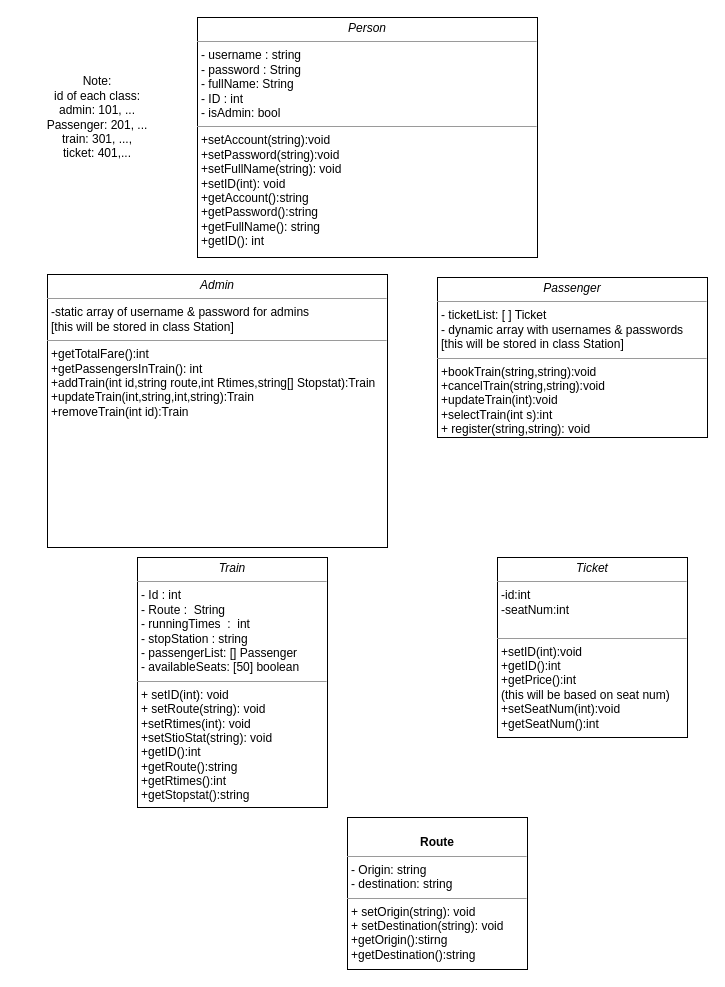
Earlier version of the draw.io diagram Diagrams/ClassesUML.drawio (OdyAsh/JavaGroupProject). Source tidied: cells renumbered, new cells numbered last; positions are measured from the earlier drawing's top-left corner, leaving out a move shared by most shapes. Both pictures are drawn from the tidied source at 100%, with x=0, y=0 at pixel (17, 17).
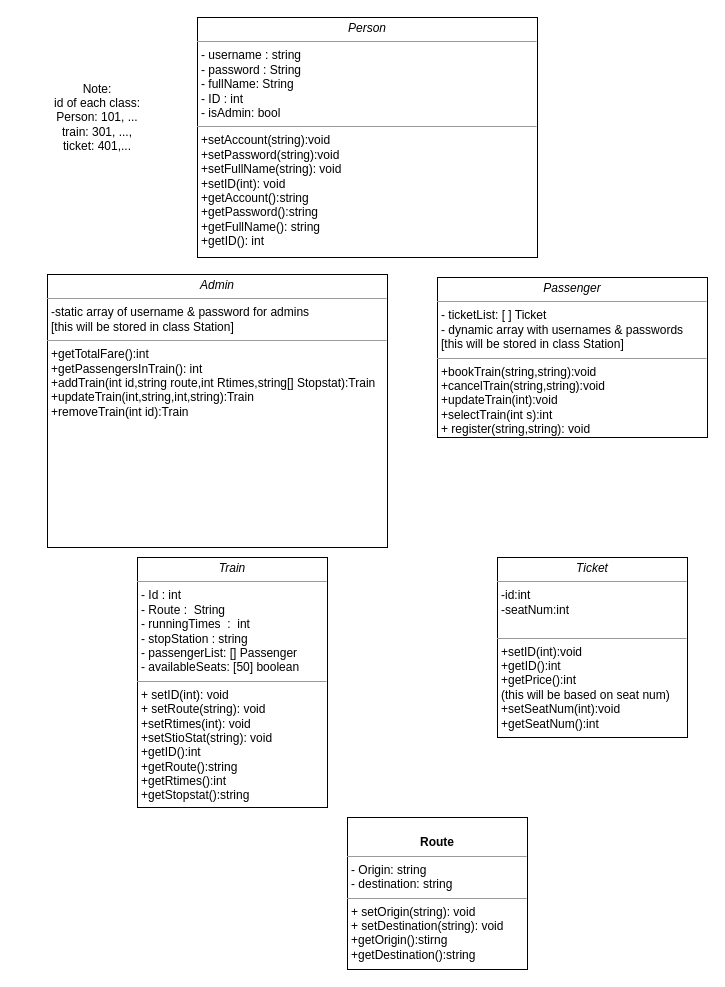
After the change.

Diff of the diagram source:
```diff
@@
 <mxGraphModel>
   <root>
     <mxCell id="0" />
     <mxCell id="1" parent="0" />
     <mxCell id="2" value="&lt;p style=&quot;margin: 0px ; margin-top: 4px ; text-align: center&quot;&gt;&lt;i&gt;Train&lt;/i&gt;&lt;/p&gt;&lt;hr size=&quot;1&quot;&gt;&lt;p style=&quot;margin: 0px ; margin-left: 4px&quot;&gt;- Id : int&lt;br&gt;- Route :&amp;nbsp; String&lt;/p&gt;&lt;p style=&quot;margin: 0px ; margin-left: 4px&quot;&gt;- runningTimes&amp;nbsp; :&amp;nbsp; int&lt;/p&gt;&lt;p style=&quot;margin: 0px ; margin-left: 4px&quot;&gt;- stopStation : string&lt;/p&gt;&lt;p style=&quot;margin: 0px ; margin-left: 4px&quot;&gt;- passengerList: [] Passenger&lt;br&gt;- availableSeats: [50] boolean&lt;/p&gt;&lt;hr size=&quot;1&quot;&gt;&lt;p style=&quot;margin: 0px ; margin-left: 4px&quot;&gt;+ setID(int): void&lt;br&gt;+ setRoute(string): void&lt;/p&gt;&lt;p style=&quot;margin: 0px ; margin-left: 4px&quot;&gt;+setRtimes(int): void&lt;/p&gt;&lt;p style=&quot;margin: 0px ; margin-left: 4px&quot;&gt;+setStioStat(string): void&lt;/p&gt;&lt;p style=&quot;margin: 0px ; margin-left: 4px&quot;&gt;+getID():int&lt;/p&gt;&lt;p style=&quot;margin: 0px ; margin-left: 4px&quot;&gt;+getRoute():string&lt;/p&gt;&lt;p style=&quot;margin: 0px ; margin-left: 4px&quot;&gt;+getRtimes():int&lt;/p&gt;&lt;p style=&quot;margin: 0px ; margin-left: 4px&quot;&gt;+getStopstat():string&lt;/p&gt;&lt;p style=&quot;margin: 0px ; margin-left: 4px&quot;&gt;&lt;br&gt;&lt;/p&gt;" style="verticalAlign=top;align=left;overflow=fill;fontSize=12;fontFamily=Helvetica;html=1;rounded=0;shadow=0;comic=0;labelBackgroundColor=none;strokeWidth=1;" parent="1" vertex="1">
       <mxGeometry x="120" y="540" width="190" height="250" as="geometry" />
     </mxCell>
     <mxCell id="3" value="&lt;p style=&quot;margin: 0px ; margin-top: 4px ; text-align: center&quot;&gt;&lt;i&gt;Passenger&lt;/i&gt;&lt;br&gt;&lt;/p&gt;&lt;hr size=&quot;1&quot;&gt;&lt;p style=&quot;margin: 0px ; margin-left: 4px&quot;&gt;- ticketList: [ ] Ticket&lt;/p&gt;&lt;p style=&quot;margin: 0px ; margin-left: 4px&quot;&gt;- dynamic array with usernames &amp;amp; passwords&lt;br&gt;[this will be stored in class Station]&lt;/p&gt;&lt;hr size=&quot;1&quot;&gt;&lt;p style=&quot;margin: 0px ; margin-left: 4px&quot;&gt;&lt;span&gt;+bookTrain(string,string):void&lt;/span&gt;&lt;br&gt;&lt;/p&gt;&lt;p style=&quot;margin: 0px ; margin-left: 4px&quot;&gt;+cancelTrain(string,string):void&lt;/p&gt;&lt;p style=&quot;margin: 0px ; margin-left: 4px&quot;&gt;+updateTrain(int):void&lt;/p&gt;&lt;p style=&quot;margin: 0px ; margin-left: 4px&quot;&gt;+selectTrain(int s):int&lt;/p&gt;&lt;p style=&quot;margin: 0px ; margin-left: 4px&quot;&gt;+ register(string,string): void&lt;/p&gt;" style="verticalAlign=top;align=left;overflow=fill;fontSize=12;fontFamily=Helvetica;html=1;rounded=0;shadow=0;comic=0;labelBackgroundColor=none;strokeWidth=1;" parent="1" vertex="1">
       <mxGeometry x="420" y="260" width="270" height="160" as="geometry" />
     </mxCell>
     <mxCell id="4" value="&lt;p style=&quot;margin: 0px ; margin-top: 4px ; text-align: center&quot;&gt;&lt;br&gt;&lt;b&gt;Route&lt;/b&gt;&lt;/p&gt;&lt;hr size=&quot;1&quot;&gt;&lt;p style=&quot;margin: 0px ; margin-left: 4px&quot;&gt;- Origin: string&lt;br&gt;- destination: string&lt;/p&gt;&lt;hr size=&quot;1&quot;&gt;&lt;p style=&quot;margin: 0px ; margin-left: 4px&quot;&gt;+ setOrigin(string): void&lt;br&gt;+ setDestination(string): void&lt;/p&gt;&lt;p style=&quot;margin: 0px ; margin-left: 4px&quot;&gt;+getOrigin():stirng&lt;/p&gt;&lt;p style=&quot;margin: 0px ; margin-left: 4px&quot;&gt;+getDestination():string&lt;/p&gt;&lt;p style=&quot;margin: 0px ; margin-left: 4px&quot;&gt;&lt;br&gt;&lt;/p&gt;" style="verticalAlign=top;align=left;overflow=fill;fontSize=12;fontFamily=Helvetica;html=1;rounded=0;shadow=0;comic=0;labelBackgroundColor=none;strokeWidth=1;" parent="1" vertex="1">
       <mxGeometry x="330" y="800" width="180" height="152" as="geometry" />
     </mxCell>
     <mxCell id="5" value="&lt;p style=&quot;margin: 0px ; margin-top: 4px ; text-align: center&quot;&gt;&lt;i&gt;Admin&lt;/i&gt;&lt;/p&gt;&lt;hr size=&quot;1&quot;&gt;&lt;p style=&quot;margin: 0px ; margin-left: 4px&quot;&gt;&lt;span&gt;-static array of username &amp;amp; password for admins&lt;/span&gt;&lt;br&gt;&lt;/p&gt;&lt;p style=&quot;margin: 0px ; margin-left: 4px&quot;&gt;[this will be stored in class Station]&lt;br&gt;&lt;/p&gt;&lt;hr size=&quot;1&quot;&gt;&lt;p style=&quot;margin: 0px ; margin-left: 4px&quot;&gt;&lt;span&gt;+getTotalFare():int&lt;/span&gt;&lt;br&gt;&lt;/p&gt;&lt;p style=&quot;margin: 0px ; margin-left: 4px&quot;&gt;&lt;span&gt;+getPassengersInTrain(): int&lt;/span&gt;&lt;br&gt;&lt;/p&gt;&lt;p style=&quot;margin: 0px ; margin-left: 4px&quot;&gt;&lt;span&gt;+addTrain(int id,string route,int Rtimes,string[] Stopstat):Train&lt;/span&gt;&lt;br&gt;&lt;/p&gt;&lt;p style=&quot;margin: 0px ; margin-left: 4px&quot;&gt;+updateTrain(int,string,int,string):Train&lt;/p&gt;&lt;p style=&quot;margin: 0px ; margin-left: 4px&quot;&gt;+removeTrain(int id):Train&lt;/p&gt;" style="verticalAlign=top;align=left;overflow=fill;fontSize=12;fontFamily=Helvetica;html=1;rounded=0;shadow=0;comic=0;labelBackgroundColor=none;strokeWidth=1;" parent="1" vertex="1">
       <mxGeometry x="30" y="257" width="340" height="273" as="geometry" />
     </mxCell>
     <mxCell id="6" value="&lt;p style=&quot;margin: 0px ; margin-top: 4px ; text-align: center&quot;&gt;&lt;i&gt;Ticket&lt;/i&gt;&lt;/p&gt;&lt;hr size=&quot;1&quot;&gt;&lt;p style=&quot;margin: 0px ; margin-left: 4px&quot;&gt;-id:int&lt;/p&gt;&lt;p style=&quot;margin: 0px ; margin-left: 4px&quot;&gt;-seatNum:int&lt;/p&gt;&lt;p style=&quot;margin: 0px ; margin-left: 4px&quot;&gt;&lt;br&gt;&lt;/p&gt;&lt;hr size=&quot;1&quot;&gt;&lt;p style=&quot;margin: 0px ; margin-left: 4px&quot;&gt;&lt;span&gt;+setID(int):void&lt;br&gt;+getID():int&lt;br&gt;+getPrice():int&lt;br&gt;&lt;/span&gt;(this will be based on seat num)&lt;br&gt;&lt;/p&gt;&lt;p style=&quot;margin: 0px ; margin-left: 4px&quot;&gt;+setSeatNum(int):void&lt;/p&gt;&lt;p style=&quot;margin: 0px ; margin-left: 4px&quot;&gt;+getSeatNum():int&lt;/p&gt;&lt;p style=&quot;margin: 0px ; margin-left: 4px&quot;&gt;&lt;br&gt;&lt;/p&gt;&lt;p style=&quot;margin: 0px ; margin-left: 4px&quot;&gt;&lt;br&gt;&lt;/p&gt;" style="verticalAlign=top;align=left;overflow=fill;fontSize=12;fontFamily=Helvetica;html=1;rounded=0;shadow=0;comic=0;labelBackgroundColor=none;strokeWidth=1;" parent="1" vertex="1">
       <mxGeometry x="480" y="540" width="190" height="180" as="geometry" />
     </mxCell>
     <mxCell id="7" value="&lt;p style=&quot;margin: 0px ; margin-top: 4px ; text-align: center&quot;&gt;&lt;i&gt;Person&lt;/i&gt;&lt;/p&gt;&lt;hr size=&quot;1&quot;&gt;&lt;p style=&quot;margin: 0px ; margin-left: 4px&quot;&gt;- username : string&lt;br&gt;- password : String&lt;/p&gt;&lt;p style=&quot;margin: 0px ; margin-left: 4px&quot;&gt;- fullName: String&lt;/p&gt;&lt;p style=&quot;margin: 0px ; margin-left: 4px&quot;&gt;- ID : int&lt;/p&gt;&lt;p style=&quot;margin: 0px ; margin-left: 4px&quot;&gt;- isAdmin: bool&lt;/p&gt;&lt;hr size=&quot;1&quot;&gt;&lt;p style=&quot;margin: 0px ; margin-left: 4px&quot;&gt;+setAccount(string):void&lt;/p&gt;&lt;p style=&quot;margin: 0px ; margin-left: 4px&quot;&gt;+setPassword(string):void&lt;/p&gt;&lt;p style=&quot;margin: 0px ; margin-left: 4px&quot;&gt;+setFullName(string): void&lt;/p&gt;&lt;p style=&quot;margin: 0px ; margin-left: 4px&quot;&gt;+setID(int): void&lt;/p&gt;&lt;p style=&quot;margin: 0px ; margin-left: 4px&quot;&gt;+getAccount():string&lt;/p&gt;&lt;p style=&quot;margin: 0px ; margin-left: 4px&quot;&gt;+getPassword():string&lt;/p&gt;&lt;p style=&quot;margin: 0px ; margin-left: 4px&quot;&gt;+getFullName(): string&lt;/p&gt;&lt;p style=&quot;margin: 0px ; margin-left: 4px&quot;&gt;+getID(): int&lt;/p&gt;" style="verticalAlign=top;align=left;overflow=fill;fontSize=12;fontFamily=Helvetica;html=1;rounded=0;shadow=0;comic=0;labelBackgroundColor=none;strokeWidth=1;" parent="1" vertex="1">
       <mxGeometry x="180" width="340" height="240" as="geometry" />
     </mxCell>
-    <mxCell id="8" value="Note:&lt;br&gt;id of each class:&lt;br&gt;admin: 101, ...&lt;br&gt;Passenger: 201, ...&lt;br&gt;train: 301, ...,&lt;br&gt;ticket: 401,...&lt;br&gt;" style="text;html=1;strokeColor=none;fillColor=none;align=center;verticalAlign=middle;whiteSpace=wrap;rounded=0;" parent="1" vertex="1">
+    <mxCell id="8" value="Note:&lt;br&gt;id of each class:&lt;br&gt;Person: 101, ...&lt;br&gt;train: 301, ...,&lt;br&gt;ticket: 401,..." style="text;html=1;strokeColor=none;fillColor=none;align=center;verticalAlign=middle;whiteSpace=wrap;rounded=0;" parent="1" vertex="1">
       <mxGeometry y="90" width="160" height="20" as="geometry" />
     </mxCell>
   </root>
 </mxGraphModel>
```
